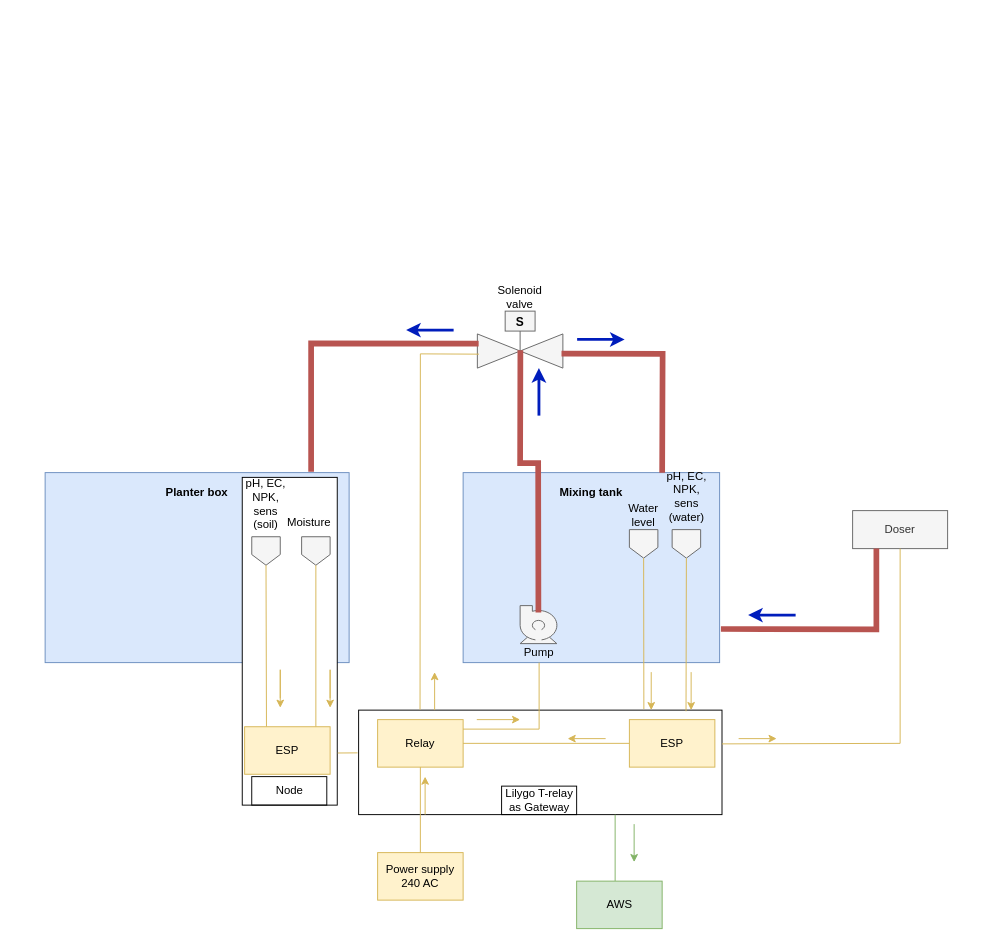
Before: Portable planter v1.drawio in eg4301/Agritech, a draw.io diagram. Source tidied: cells renumbered, new cells numbered last; positions are measured from the earlier drawing's top-left corner, leaving out a move shared by most shapes. Both pictures are drawn from the tidied source at 95%, with x=0, y=0 at pixel (45, 282).
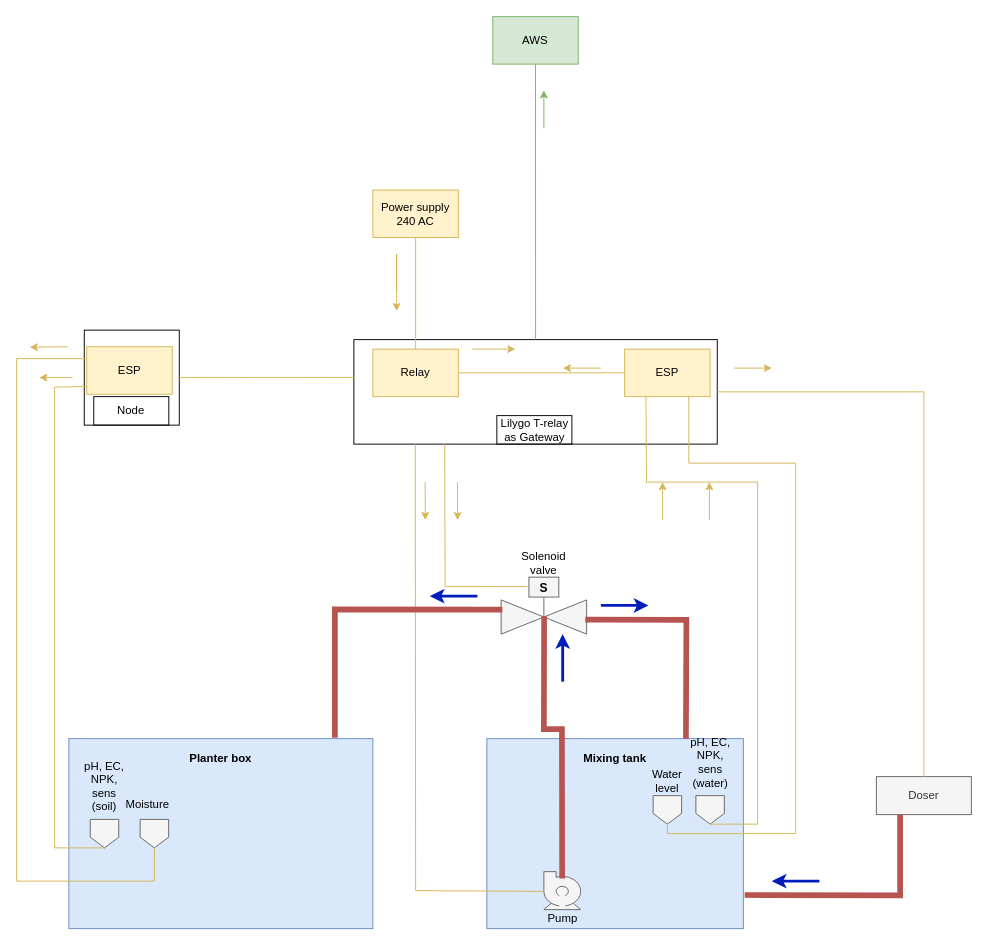
The same page after the edit.

Commit message (it also covers changes not shown here):
systems diagram update

The edit, as a diff of the source:
```diff
@@
     <mxCell id="2" value="&lt;b&gt;Planter box&lt;/b&gt;&lt;br&gt;&lt;br&gt;&lt;br&gt;&lt;br&gt;&lt;br&gt;&lt;br&gt;&lt;br&gt;&lt;br&gt;&lt;br&gt;&lt;br&gt;&lt;br&gt;&lt;br&gt;" style="rounded=0;whiteSpace=wrap;html=1;fillColor=#dae8fc;strokeColor=#6c8ebf;" parent="1" vertex="1">
-      <mxGeometry y="200" width="320" height="200" as="geometry" />
+      <mxGeometry x="25" y="480" width="320" height="200" as="geometry" />
     </mxCell>
     <mxCell id="3" style="rounded=0;whiteSpace=wrap;html=1;" parent="1" vertex="1">
-      <mxGeometry x="207.5" y="205" width="100" height="345" as="geometry" />
+      <mxGeometry x="41.2" y="50" width="100" height="100" as="geometry" />
     </mxCell>
     <mxCell id="4" style="rounded=0;whiteSpace=wrap;html=1;" parent="1" vertex="1">
-      <mxGeometry x="330" y="450" width="382.5" height="110" as="geometry" />
+      <mxGeometry x="325" y="60" width="382.5" height="110" as="geometry" />
     </mxCell>
     <mxCell id="5" value="&lt;b&gt;Mixing tank&lt;/b&gt;&lt;br&gt;&lt;br&gt;&lt;br&gt;&lt;br&gt;&lt;br&gt;&lt;br&gt;&lt;br&gt;&lt;br&gt;&lt;br&gt;&lt;br&gt;&lt;br&gt;&lt;br&gt;" style="rounded=0;whiteSpace=wrap;html=1;fillColor=#dae8fc;strokeColor=#6c8ebf;" parent="1" vertex="1">
-      <mxGeometry x="440" y="200" width="270" height="200" as="geometry" />
+      <mxGeometry x="465" y="480" width="270" height="200" as="geometry" />
     </mxCell>
     <mxCell id="6" value="Doser" style="rounded=0;whiteSpace=wrap;html=1;fillColor=#f5f5f5;strokeColor=#666666;fontColor=#333333;" parent="1" vertex="1">
-      <mxGeometry x="850" y="240" width="100" height="40" as="geometry" />
+      <mxGeometry x="875" y="520" width="100" height="40" as="geometry" />
     </mxCell>
     <mxCell id="7" style="verticalLabelPosition=bottom;align=center;html=1;verticalAlign=top;dashed=0;shape=mxgraph.pid2valves.valve;valveType=gate;actuator=solenoid;fillColor=#f5f5f5;fontColor=#333333;strokeColor=#666666;" parent="1" vertex="1">
-      <mxGeometry x="455" y="30" width="90" height="60" as="geometry" />
+      <mxGeometry x="480" y="310" width="90" height="60" as="geometry" />
     </mxCell>
     <mxCell id="8" style="shape=mxgraph.pid.pumps.centrifugal_pump_2;html=1;align=center;verticalLabelPosition=bottom;verticalAlign=top;dashed=0;fillColor=#f5f5f5;fontColor=#333333;strokeColor=#666666;" parent="1" vertex="1">
-      <mxGeometry x="500" y="340" width="40" height="40" as="geometry" />
+      <mxGeometry x="525" y="620" width="40" height="40" as="geometry" />
     </mxCell>
     <mxCell id="9" style="shape=offPageConnector;whiteSpace=wrap;html=1;fillColor=#f5f5f5;fontColor=#333333;strokeColor=#666666;" parent="1" vertex="1">
-      <mxGeometry x="615" y="260" width="30" height="30" as="geometry" />
+      <mxGeometry x="640" y="540" width="30" height="30" as="geometry" />
     </mxCell>
     <mxCell id="10" style="shape=offPageConnector;whiteSpace=wrap;html=1;fillColor=#f5f5f5;fontColor=#333333;strokeColor=#666666;" parent="1" vertex="1">
-      <mxGeometry x="660" y="260" width="30" height="30" as="geometry" />
+      <mxGeometry x="685" y="540" width="30" height="30" as="geometry" />
     </mxCell>
     <mxCell id="11" value="ESP" style="rounded=0;whiteSpace=wrap;html=1;fillColor=#fff2cc;strokeColor=#d6b656;" parent="1" vertex="1">
-      <mxGeometry x="615" y="460" width="90" height="50" as="geometry" />
+      <mxGeometry x="610" y="70" width="90" height="50" as="geometry" />
     </mxCell>
     <mxCell id="12" value="Water level" style="text;html=1;strokeColor=none;fillColor=none;align=center;verticalAlign=middle;whiteSpace=wrap;rounded=0;" parent="1" vertex="1">
-      <mxGeometry x="600" y="230" width="60" height="30" as="geometry" />
+      <mxGeometry x="625" y="510" width="60" height="30" as="geometry" />
     </mxCell>
     <mxCell id="13" value="pH, EC, NPK, sens (water)" style="text;html=1;strokeColor=none;fillColor=none;align=center;verticalAlign=middle;whiteSpace=wrap;rounded=0;" parent="1" vertex="1">
-      <mxGeometry x="652.5" y="210" width="45" height="30" as="geometry" />
+      <mxGeometry x="677.5" y="490" width="45" height="30" as="geometry" />
     </mxCell>
     <mxCell id="14" value="Relay" style="rounded=0;whiteSpace=wrap;html=1;fillColor=#fff2cc;strokeColor=#d6b656;" parent="1" vertex="1">
-      <mxGeometry x="350" y="460" width="90" height="50" as="geometry" />
+      <mxGeometry x="345" y="70" width="90" height="50" as="geometry" />
     </mxCell>
     <mxCell id="15" value="Power supply&lt;br&gt;240 AC" style="rounded=0;whiteSpace=wrap;html=1;fillColor=#fff2cc;strokeColor=#d6b656;" parent="1" vertex="1">
-      <mxGeometry x="350" y="600" width="90" height="50" as="geometry" />
+      <mxGeometry x="345" y="-97.5" width="90" height="50" as="geometry" />
     </mxCell>
-    <mxCell id="16" style="endArrow=none;html=1;rounded=0;entryX=0.901;entryY=0.011;entryDx=0;entryDy=0;exitX=0.5;exitY=1;exitDx=0;exitDy=0;entryPerimeter=0;fillColor=#fff2cc;strokeColor=#d6b656;" parent="1" edge="1" source="10" target="4">
-      <mxGeometry relative="1" as="geometry" />
+    <mxCell id="16" style="endArrow=none;html=1;rounded=0;entryX=0.75;entryY=1;entryDx=0;entryDy=0;fillColor=#fff2cc;strokeColor=#d6b656;exitX=0.5;exitY=1;exitDx=0;exitDy=0;edgeStyle=orthogonalEdgeStyle;" parent="1" edge="1" source="9" target="11">
+      <mxGeometry relative="1" as="geometry">
+        <Array as="points">
+          <mxPoint x="655" y="580" />
+          <mxPoint x="790" y="580" />
+          <mxPoint x="790" y="190" />
+          <mxPoint x="678" y="190" />
+        </Array>
+      </mxGeometry>
     </mxCell>
-    <mxCell id="17" style="endArrow=none;html=1;rounded=0;entryX=0.785;entryY=-0.01;entryDx=0;entryDy=0;entryPerimeter=0;fillColor=#fff2cc;strokeColor=#d6b656;exitX=0.5;exitY=1;exitDx=0;exitDy=0;" parent="1" edge="1" source="9" target="4">
-      <mxGeometry relative="1" as="geometry" />
+    <mxCell id="17" style="endArrow=none;html=1;rounded=0;entryX=0.25;entryY=1;entryDx=0;entryDy=0;fillColor=#fff2cc;strokeColor=#d6b656;exitX=0.5;exitY=1;exitDx=0;exitDy=0;" parent="1" edge="1" source="10" target="11">
+      <mxGeometry relative="1" as="geometry">
+        <Array as="points">
+          <mxPoint x="750" y="570" />
+          <mxPoint x="750" y="210" />
+          <mxPoint x="633" y="210" />
+        </Array>
+      </mxGeometry>
     </mxCell>
@@
-    <mxCell id="19" style="endArrow=none;html=1;rounded=0;entryX=0.5;entryY=0;entryDx=0;entryDy=0;exitX=0.5;exitY=1;exitDx=0;exitDy=0;fillColor=#fff2cc;strokeColor=#d6b656;" parent="1" edge="1" source="14" target="15">
+    <mxCell id="19" style="endArrow=none;html=1;rounded=0;entryX=0.5;entryY=1;entryDx=0;entryDy=0;exitX=0.5;exitY=0;exitDx=0;exitDy=0;fillColor=#fff2cc;strokeColor=#d6b656;" parent="1" edge="1" source="14" target="15">
       <mxGeometry relative="1" as="geometry" />
     </mxCell>
     <mxCell id="20" value="Pump" style="text;html=1;strokeColor=none;fillColor=none;align=center;verticalAlign=middle;whiteSpace=wrap;rounded=0;" parent="1" vertex="1">
-      <mxGeometry x="500" y="380" width="40" height="20" as="geometry" />
+      <mxGeometry x="525" y="660" width="40" height="20" as="geometry" />
     </mxCell>
-    <mxCell id="21" style="endArrow=none;html=1;rounded=0;fillColor=#fff2cc;strokeColor=#d6b656;entryX=0.5;entryY=1;entryDx=0;entryDy=0;" parent="1" edge="1" target="20">
+    <mxCell id="21" style="endArrow=none;html=1;rounded=0;fillColor=#fff2cc;strokeColor=#d6b656;entryX=0;entryY=0.52;entryDx=0;entryDy=0;entryPerimeter=0;exitX=0.169;exitY=1.001;exitDx=0;exitDy=0;exitPerimeter=0;" parent="1" edge="1" source="4" target="8">
       <mxGeometry relative="1" as="geometry">
-        <mxPoint x="440" y="470" as="sourcePoint" />
         <Array as="points">
-          <mxPoint x="520" y="470" />
+          <mxPoint x="390" y="640" />
         </Array>
       </mxGeometry>
     </mxCell>
-    <mxCell id="22" style="endArrow=none;html=1;rounded=0;fillColor=#fff2cc;strokeColor=#d6b656;exitX=0.018;exitY=0.755;exitDx=0;exitDy=0;exitPerimeter=0;entryX=0.169;entryY=-0.005;entryDx=0;entryDy=0;entryPerimeter=0;" parent="1" edge="1" source="7" target="4">
+    <mxCell id="22" style="endArrow=none;html=1;rounded=0;fillColor=#fff2cc;strokeColor=#d6b656;exitX=0.308;exitY=0.166;exitDx=0;exitDy=0;exitPerimeter=0;entryX=0.25;entryY=1;entryDx=0;entryDy=0;" parent="1" edge="1" source="7" target="4">
       <mxGeometry relative="1" as="geometry">
         <Array as="points">
-          <mxPoint x="395" y="75" />
+          <mxPoint x="421" y="320" />
         </Array>
       </mxGeometry>
     </mxCell>
-    <mxCell id="23" style="endArrow=none;html=1;rounded=0;entryX=0.5;entryY=1;entryDx=0;entryDy=0;fillColor=#fff2cc;strokeColor=#d6b656;exitX=1;exitY=0.323;exitDx=0;exitDy=0;exitPerimeter=0;" parent="1" edge="1" source="4" target="6">
+    <mxCell id="23" style="endArrow=none;html=1;rounded=0;fillColor=#fff2cc;strokeColor=#d6b656;exitX=1;exitY=0.5;exitDx=0;exitDy=0;entryX=0.5;entryY=0;entryDx=0;entryDy=0;" parent="1" edge="1" source="4" target="6">
       <mxGeometry relative="1" as="geometry">
         <Array as="points">
-          <mxPoint x="900" y="485" />
+          <mxPoint x="925" y="115" />
         </Array>
       </mxGeometry>
     </mxCell>
     <mxCell id="24" value="Solenoid valve" style="text;html=1;strokeColor=none;fillColor=none;align=center;verticalAlign=middle;whiteSpace=wrap;rounded=0;" parent="1" vertex="1">
-      <mxGeometry x="470" width="60" height="30" as="geometry" />
+      <mxGeometry x="495" y="280" width="60" height="30" as="geometry" />
     </mxCell>
     <mxCell id="25" style="endArrow=classic;html=1;rounded=0;endWidth=11.724137931034484;fillColor=#fff2cc;strokeColor=#d6b656;" parent="1" edge="1">
       <mxGeometry relative="1" as="geometry">
-        <mxPoint x="730" y="480" as="sourcePoint" />
-        <mxPoint x="770" y="480" as="targetPoint" />
+        <mxPoint x="725" y="90" as="sourcePoint" />
+        <mxPoint x="765" y="90" as="targetPoint" />
       </mxGeometry>
     </mxCell>
     <mxCell id="26" style="endArrow=classic;html=1;rounded=0;endWidth=11.724137931034484;fillColor=#fff2cc;strokeColor=#d6b656;" parent="1" edge="1">
       <mxGeometry relative="1" as="geometry">
-        <mxPoint x="680" y="410" as="sourcePoint" />
-        <mxPoint x="680" y="450" as="targetPoint" />
+        <mxPoint x="699.2" y="250" as="sourcePoint" />
+        <mxPoint x="699.2" y="210" as="targetPoint" />
       </mxGeometry>
     </mxCell>
     <mxCell id="27" style="endArrow=classic;html=1;rounded=0;endWidth=11.724137931034484;fillColor=#fff2cc;strokeColor=#d6b656;" parent="1" edge="1">
       <mxGeometry relative="1" as="geometry">
-        <mxPoint x="638" y="410" as="sourcePoint" />
-        <mxPoint x="638" y="450" as="targetPoint" />
+        <mxPoint x="650" y="250" as="sourcePoint" />
+        <mxPoint x="650" y="210" as="targetPoint" />
       </mxGeometry>
     </mxCell>
     <mxCell id="28" style="endArrow=classic;html=1;rounded=0;endWidth=11.724137931034484;fillColor=#fff2cc;strokeColor=#d6b656;" parent="1" edge="1">
       <mxGeometry relative="1" as="geometry">
-        <mxPoint x="590" y="480" as="sourcePoint" />
-        <mxPoint x="550" y="480" as="targetPoint" />
+        <mxPoint x="585" y="90" as="sourcePoint" />
+        <mxPoint x="545" y="90" as="targetPoint" />
       </mxGeometry>
     </mxCell>
     <mxCell id="29" style="endArrow=classic;html=1;rounded=0;endWidth=11.724137931034484;fillColor=#fff2cc;strokeColor=#d6b656;" parent="1" edge="1">
       <mxGeometry relative="1" as="geometry">
-        <mxPoint x="400" y="560" as="sourcePoint" />
-        <mxPoint x="400" y="520" as="targetPoint" />
+        <mxPoint x="370" y="10" as="sourcePoint" />
+        <mxPoint x="370" y="30" as="targetPoint" />
+        <Array as="points">
+          <mxPoint x="370" y="-30" />
+        </Array>
       </mxGeometry>
     </mxCell>
     <mxCell id="30" style="endArrow=classic;html=1;rounded=0;endWidth=11.724137931034484;fillColor=#fff2cc;strokeColor=#d6b656;" parent="1" edge="1">
       <mxGeometry relative="1" as="geometry">
-        <mxPoint x="454.4" y="460" as="sourcePoint" />
-        <mxPoint x="500" y="460" as="targetPoint" />
+        <mxPoint x="449.4" y="70" as="sourcePoint" />
+        <mxPoint x="495" y="70" as="targetPoint" />
       </mxGeometry>
     </mxCell>
     <mxCell id="31" style="endArrow=classic;html=1;rounded=0;endWidth=11.724137931034484;fillColor=#fff2cc;strokeColor=#d6b656;" parent="1" edge="1">
       <mxGeometry relative="1" as="geometry">
-        <mxPoint x="410" y="450" as="sourcePoint" />
-        <mxPoint x="410" y="410" as="targetPoint" />
+        <mxPoint x="434" y="210" as="sourcePoint" />
+        <mxPoint x="434.2" y="250" as="targetPoint" />
       </mxGeometry>
     </mxCell>
     <mxCell id="32" style="endArrow=none;html=1;rounded=0;entryX=0.5;entryY=1;entryDx=0;entryDy=0;exitX=1.005;exitY=0.823;exitDx=0;exitDy=0;fillColor=#f8cecc;strokeColor=#b85450;strokeWidth=6;exitPerimeter=0;" parent="1" edge="1" source="5">
       <mxGeometry relative="1" as="geometry">
-        <mxPoint x="875" y="280" as="targetPoint" />
+        <mxPoint x="900" y="560" as="targetPoint" />
         <Array as="points">
-          <mxPoint x="875" y="365" />
+          <mxPoint x="900" y="645" />
         </Array>
       </mxGeometry>
     </mxCell>
     <mxCell id="33" style="endArrow=none;html=1;rounded=0;fillColor=#f8cecc;strokeColor=#b85450;strokeWidth=6;exitX=0.503;exitY=0.688;exitDx=0;exitDy=0;exitPerimeter=0;entryX=0.481;entryY=0.183;entryDx=0;entryDy=0;entryPerimeter=0;" parent="1" edge="1" source="7" target="8">
       <mxGeometry relative="1" as="geometry">
         <Array as="points">
-          <mxPoint x="500" y="190" />
-          <mxPoint x="519" y="190" />
+          <mxPoint x="525" y="470" />
+          <mxPoint x="544" y="470" />
         </Array>
       </mxGeometry>
     </mxCell>
     <mxCell id="34" style="endArrow=none;html=1;rounded=0;entryX=0.776;entryY=0.001;entryDx=0;entryDy=0;exitX=0.984;exitY=0.747;exitDx=0;exitDy=0;fillColor=#f8cecc;strokeColor=#b85450;strokeWidth=6;exitPerimeter=0;entryPerimeter=0;" parent="1" edge="1" source="7" target="5">
       <mxGeometry relative="1" as="geometry">
         <Array as="points">
-          <mxPoint x="650" y="75" />
+          <mxPoint x="675" y="355" />
         </Array>
       </mxGeometry>
     </mxCell>
     <mxCell id="35" style="endArrow=none;html=1;rounded=0;fillColor=#f8cecc;strokeColor=#b85450;strokeWidth=6;exitX=0.015;exitY=0.569;exitDx=0;exitDy=0;exitPerimeter=0;entryX=0.875;entryY=-0.004;entryDx=0;entryDy=0;entryPerimeter=0;" parent="1" edge="1" source="7" target="2">
       <mxGeometry relative="1" as="geometry">
         <Array as="points">
-          <mxPoint x="280" y="64" />
+          <mxPoint x="305" y="344" />
         </Array>
       </mxGeometry>
     </mxCell>
     <mxCell id="36" style="endArrow=classic;html=1;rounded=0;endWidth=11.724137931034484;fillColor=#0050ef;strokeColor=#001DBC;strokeWidth=3;" parent="1" edge="1">
       <mxGeometry relative="1" as="geometry">
-        <mxPoint x="790" y="350" as="sourcePoint" />
-        <mxPoint x="740" y="350" as="targetPoint" />
+        <mxPoint x="815" y="630" as="sourcePoint" />
+        <mxPoint x="765" y="630" as="targetPoint" />
       </mxGeometry>
     </mxCell>
     <mxCell id="37" style="endArrow=classic;html=1;rounded=0;endWidth=11.724137931034484;fillColor=#0050ef;strokeColor=#001DBC;strokeWidth=3;" parent="1" edge="1">
       <mxGeometry relative="1" as="geometry">
-        <mxPoint x="560" y="59.8" as="sourcePoint" />
-        <mxPoint x="610" y="59.8" as="targetPoint" />
+        <mxPoint x="585" y="339.8" as="sourcePoint" />
+        <mxPoint x="635" y="339.8" as="targetPoint" />
       </mxGeometry>
     </mxCell>
     <mxCell id="38" style="endArrow=classic;html=1;rounded=0;endWidth=11.724137931034484;fillColor=#0050ef;strokeColor=#001DBC;strokeWidth=3;" parent="1" edge="1">
       <mxGeometry relative="1" as="geometry">
-        <mxPoint x="430" y="50" as="sourcePoint" />
-        <mxPoint x="380" y="50" as="targetPoint" />
+        <mxPoint x="455" y="330" as="sourcePoint" />
+        <mxPoint x="405" y="330" as="targetPoint" />
       </mxGeometry>
     </mxCell>
     <mxCell id="39" style="endArrow=classic;html=1;rounded=0;endWidth=11.724137931034484;fillColor=#0050ef;strokeColor=#001DBC;strokeWidth=3;" parent="1" edge="1">
       <mxGeometry relative="1" as="geometry">
-        <mxPoint x="519.8" y="140" as="sourcePoint" />
-        <mxPoint x="519.8" y="90" as="targetPoint" />
+        <mxPoint x="544.8" y="420" as="sourcePoint" />
+        <mxPoint x="544.8" y="370" as="targetPoint" />
       </mxGeometry>
     </mxCell>
     <mxCell id="40" value="Lilygo T-relay as Gateway" style="text;html=1;strokeColor=default;fillColor=none;align=center;verticalAlign=middle;whiteSpace=wrap;rounded=0;" parent="1" vertex="1">
-      <mxGeometry x="480.5" y="530" width="79" height="30" as="geometry" />
+      <mxGeometry x="475.5" y="140" width="79" height="30" as="geometry" />
     </mxCell>
     <mxCell id="41" style="shape=offPageConnector;whiteSpace=wrap;html=1;fillColor=#f5f5f5;fontColor=#333333;strokeColor=#666666;" parent="1" vertex="1">
-      <mxGeometry x="217.5" y="267.5" width="30" height="30" as="geometry" />
+      <mxGeometry x="47.5" y="565" width="30" height="30" as="geometry" />
     </mxCell>
     <mxCell id="42" value="pH, EC, NPK, sens (soil)" style="text;html=1;strokeColor=none;fillColor=none;align=center;verticalAlign=middle;whiteSpace=wrap;rounded=0;" parent="1" vertex="1">
-      <mxGeometry x="210" y="217.5" width="45" height="30" as="geometry" />
+      <mxGeometry x="40" y="515" width="45" height="30" as="geometry" />
     </mxCell>
-    <mxCell id="43" style="endArrow=none;html=1;rounded=0;exitX=0.5;exitY=1;exitDx=0;exitDy=0;fillColor=#fff2cc;strokeColor=#d6b656;" parent="1" edge="1" source="41">
+    <mxCell id="43" style="endArrow=none;html=1;rounded=0;fillColor=#fff2cc;strokeColor=#d6b656;entryX=0;entryY=0.25;entryDx=0;entryDy=0;exitX=0.5;exitY=1;exitDx=0;exitDy=0;" parent="1" edge="1" source="44" target="49">
       <mxGeometry relative="1" as="geometry">
-        <mxPoint x="233" y="467.5" as="targetPoint" />
+        <Array as="points">
+          <mxPoint x="115" y="630" />
+          <mxPoint x="-30" y="630" />
+          <mxPoint x="-30" y="80" />
+        </Array>
       </mxGeometry>
     </mxCell>
     <mxCell id="44" style="shape=offPageConnector;whiteSpace=wrap;html=1;fillColor=#f5f5f5;fontColor=#333333;strokeColor=#666666;" parent="1" vertex="1">
-      <mxGeometry x="270" y="267.5" width="30" height="30" as="geometry" />
+      <mxGeometry x="100" y="565" width="30" height="30" as="geometry" />
     </mxCell>
     <mxCell id="45" value="Moisture" style="text;html=1;strokeColor=none;fillColor=none;align=center;verticalAlign=middle;whiteSpace=wrap;rounded=0;" parent="1" vertex="1">
-      <mxGeometry x="247.5" y="237.5" width="60" height="30" as="geometry" />
+      <mxGeometry x="77.5" y="535" width="60" height="30" as="geometry" />
     </mxCell>
-    <mxCell id="46" style="endArrow=none;html=1;rounded=0;fillColor=#fff2cc;strokeColor=#d6b656;exitX=0.5;exitY=1;exitDx=0;exitDy=0;" parent="1" edge="1" source="44">
+    <mxCell id="46" style="endArrow=none;html=1;rounded=0;fillColor=#fff2cc;strokeColor=#d6b656;exitX=0.5;exitY=1;exitDx=0;exitDy=0;entryX=0.002;entryY=0.836;entryDx=0;entryDy=0;entryPerimeter=0;" parent="1" edge="1" source="41" target="49">
       <mxGeometry relative="1" as="geometry">
-        <mxPoint x="285" y="467.5" as="targetPoint" />
+        <Array as="points">
+          <mxPoint x="10" y="595" />
+          <mxPoint x="10" y="110" />
+        </Array>
       </mxGeometry>
     </mxCell>
-    <mxCell id="47" style="endArrow=classic;html=1;rounded=0;endWidth=11.724137931034484;fillColor=#fff2cc;strokeColor=#d6b656;" parent="1" edge="1">
-      <mxGeometry relative="1" as="geometry">
-        <mxPoint x="300" y="437.5" as="sourcePoint" />
-        <mxPoint x="300" y="447.5" as="targetPoint" />
-        <Array as="points">
-          <mxPoint x="300" y="407.5" />
-        </Array>
-      </mxGeometry>
-    </mxCell>
     <mxCell id="48" style="endArrow=classic;html=1;rounded=0;endWidth=11.724137931034484;fillColor=#fff2cc;strokeColor=#d6b656;" parent="1" edge="1">
       <mxGeometry relative="1" as="geometry">
-        <mxPoint x="247.5" y="437.5" as="sourcePoint" />
-        <mxPoint x="247.5" y="447.5" as="targetPoint" />
-        <Array as="points">
-          <mxPoint x="247.5" y="407.5" />
-        </Array>
+        <mxPoint x="23.8" y="67.5" as="sourcePoint" />
+        <mxPoint x="-16.2" y="68" as="targetPoint" />
       </mxGeometry>
     </mxCell>
     <mxCell id="49" value="ESP" style="rounded=0;whiteSpace=wrap;html=1;fillColor=#fff2cc;strokeColor=#d6b656;" parent="1" vertex="1">
-      <mxGeometry x="210" y="467.5" width="90" height="50" as="geometry" />
+      <mxGeometry x="43.8" y="67.5" width="90" height="50" as="geometry" />
     </mxCell>
     <mxCell id="50" value="Node" style="text;html=1;strokeColor=default;fillColor=none;align=center;verticalAlign=middle;whiteSpace=wrap;rounded=0;" parent="1" vertex="1">
-      <mxGeometry x="217.5" y="520" width="79" height="30" as="geometry" />
+      <mxGeometry x="51.2" y="120" width="79" height="30" as="geometry" />
     </mxCell>
-    <mxCell id="51" style="endArrow=none;html=1;rounded=0;entryX=1.005;entryY=0.841;entryDx=0;entryDy=0;exitX=-0.003;exitY=0.409;exitDx=0;exitDy=0;fillColor=#fff2cc;strokeColor=#d6b656;exitPerimeter=0;entryPerimeter=0;" parent="1" edge="1" source="4" target="3">
+    <mxCell id="51" style="endArrow=none;html=1;rounded=0;exitX=0.003;exitY=0.363;exitDx=0;exitDy=0;fillColor=#fff2cc;strokeColor=#d6b656;exitPerimeter=0;entryX=1;entryY=0.5;entryDx=0;entryDy=0;" parent="1" edge="1" source="4" target="3">
       <mxGeometry relative="1" as="geometry" />
     </mxCell>
-    <mxCell id="52" style="endArrow=none;html=1;rounded=0;entryX=0.75;entryY=1;entryDx=0;entryDy=0;fillColor=#d5e8d4;strokeColor=#82b366;" parent="1" edge="1">
-      <mxGeometry relative="1" as="geometry">
-        <mxPoint x="600" y="630" as="sourcePoint" />
-        <mxPoint x="600" y="560" as="targetPoint" />
-      </mxGeometry>
+    <mxCell id="52" style="endArrow=none;html=1;rounded=0;entryX=0.5;entryY=0;entryDx=0;entryDy=0;fillColor=#d5e8d4;strokeColor=#82b366;exitX=0.5;exitY=1;exitDx=0;exitDy=0;" parent="1" edge="1" source="53" target="4">
+      <mxGeometry relative="1" as="geometry" />
     </mxCell>
     <mxCell id="53" value="AWS" style="rounded=0;whiteSpace=wrap;html=1;fillColor=#d5e8d4;strokeColor=#82b366;" parent="1" vertex="1">
-      <mxGeometry x="559.5" y="630" width="90" height="50" as="geometry" />
+      <mxGeometry x="471.2" y="-280" width="90" height="50" as="geometry" />
     </mxCell>
     <mxCell id="54" style="endArrow=classic;html=1;rounded=0;endWidth=11.724137931034484;fillColor=#d5e8d4;strokeColor=#82b366;" parent="1" edge="1">
       <mxGeometry relative="1" as="geometry">
-        <mxPoint x="620" y="570" as="sourcePoint" />
-        <mxPoint x="620" y="610" as="targetPoint" />
+        <mxPoint x="525" y="-162.5" as="sourcePoint" />
+        <mxPoint x="525" y="-202.5" as="targetPoint" />
       </mxGeometry>
     </mxCell>
+    <mxCell id="55" style="endArrow=classic;html=1;rounded=0;endWidth=11.724137931034484;fillColor=#fff2cc;strokeColor=#d6b656;" parent="1" edge="1">
+      <mxGeometry relative="1" as="geometry">
+        <mxPoint x="400" y="210" as="sourcePoint" />
+        <mxPoint x="400.2" y="250" as="targetPoint" />
+      </mxGeometry>
+    </mxCell>
+    <mxCell id="56" style="endArrow=classic;html=1;rounded=0;endWidth=11.724137931034484;fillColor=#fff2cc;strokeColor=#d6b656;" parent="1" edge="1">
+      <mxGeometry relative="1" as="geometry">
+        <mxPoint x="28.8" y="100" as="sourcePoint" />
+        <mxPoint x="-6.2" y="100" as="targetPoint" />
+      </mxGeometry>
+    </mxCell>
```
